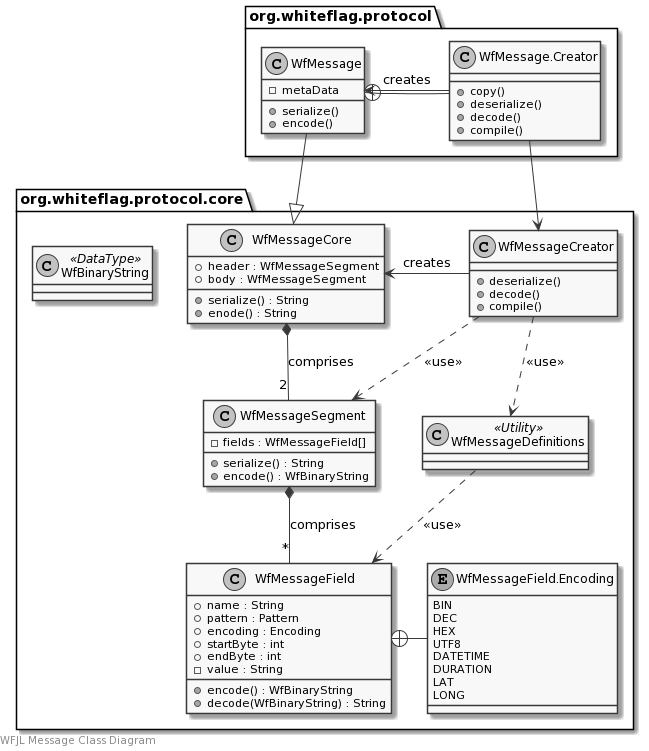
WhiteflagProtocol/whiteflag-java keeps this PlantUML diagram as docs/uml/messages.png. Above is the earlier version.
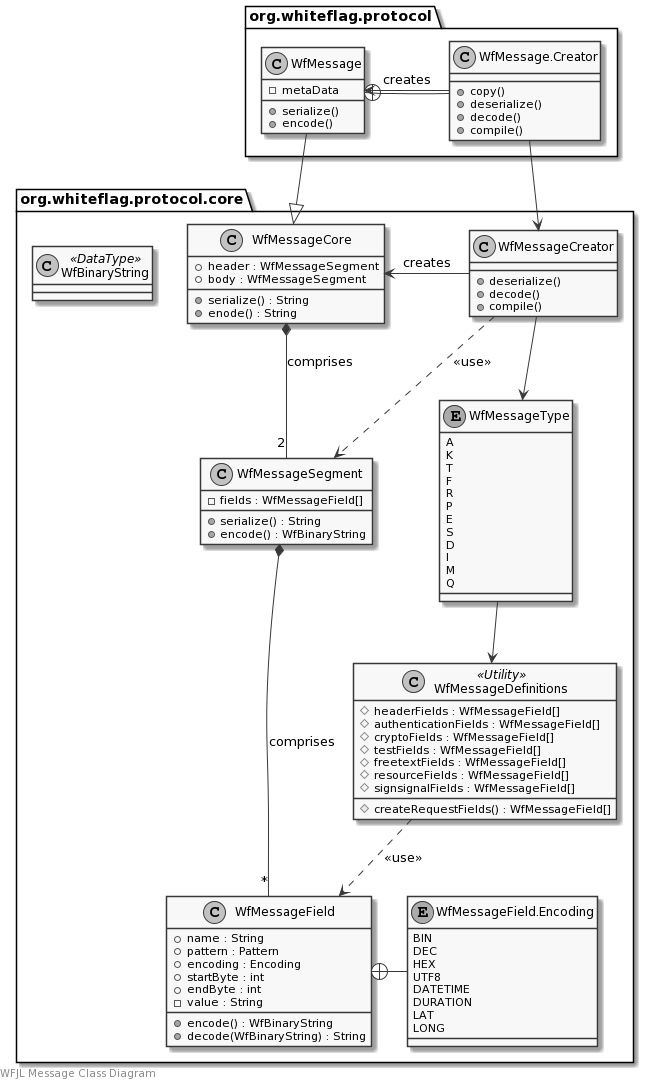
After the commit.

What changed in the source:
```diff
@@ -40,10 +40,31 @@
         +decode()
         +compile()
     }
-    class WfMessageDefinitions <<Utility>>
+    enum WfMessageType {
+        A
+        K
+        T
+        F
+        R
+        P
+        E
+        S
+        D
+        I
+        M
+        Q
+    }
+    class WfMessageDefinitions <<Utility>> {
+        #headerFields : WfMessageField[]
+        #authenticationFields : WfMessageField[]
+        #cryptoFields : WfMessageField[]
+        #testFields : WfMessageField[]
+        #freetextFields : WfMessageField[]
+        #resourceFields : WfMessageField[]
+        #signsignalFields : WfMessageField[]
+        #createRequestFields() : WfMessageField[]
+    }
     class WfBinaryString <<DataType>>
-
-    WfMessageCreator -> WfMessageCore: creates
 }
 
 package org.whiteflag.protocol {
@@ -64,8 +85,12 @@
 WfMessageSegment *-- "*" WfMessageField: comprises
 WfMessageCore *-- "2" WfMessageSegment: comprises
 
+WfMessageCreator -> WfMessageCore: creates
+WfMessageCreator --> WfMessageType
+
+WfMessageType --> WfMessageDefinitions
+
 WfMessageCreator ..> WfMessageSegment: <<use>>
-WfMessageCreator ..> WfMessageDefinitions: <<use>>
 WfMessageDefinitions ..> WfMessageField: <<use>>
 
 WfMessage --|> WfMessageCore
```
